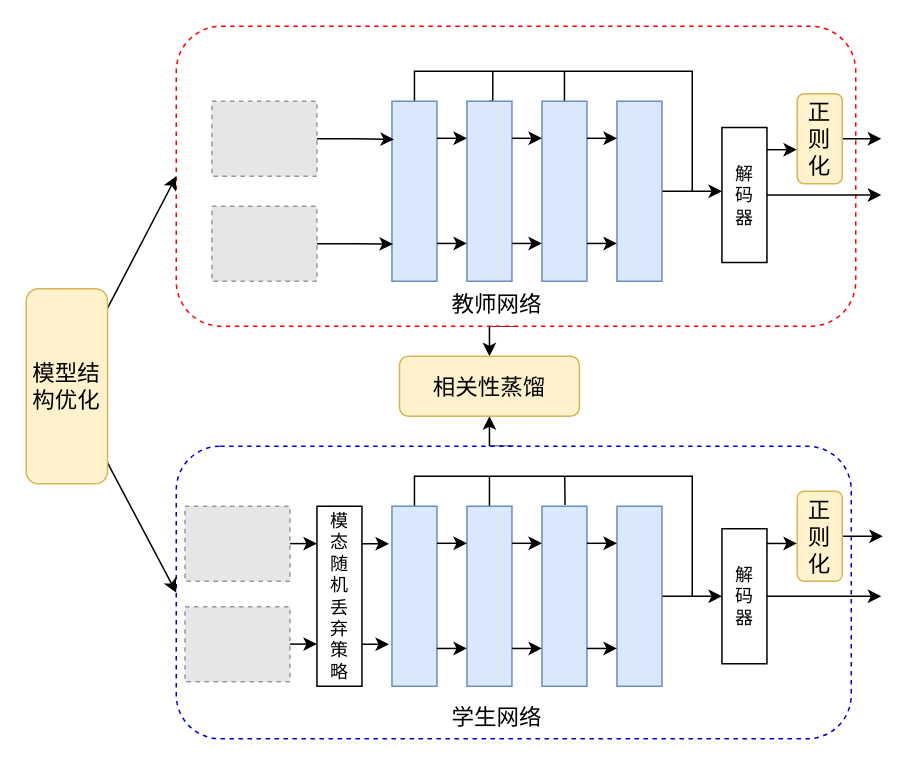
Above: 1-2主要内容.drawio in Losh-shi/graduate_map (draw.io), before the change. Source tidied: cells renumbered, new cells numbered last; positions are measured from the earlier drawing's top-left corner, leaving out a move shared by most shapes. Both pictures are drawn from the tidied source at 150%, with x=0, y=0 at pixel (26, 26). Pictures stored in the file or linked from it are replaced by grey dashed boxes.
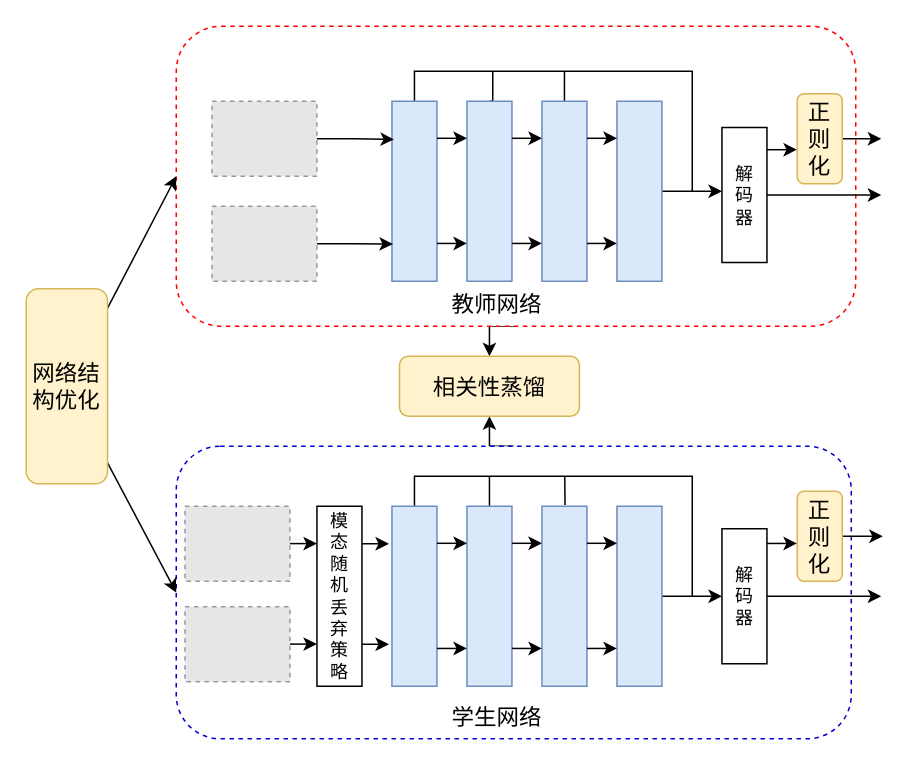
Above is the later version.

Commit message (it also covers changes not shown here):
更新1-2主要内容.drawio

Change to the diagram source:
```diff
@@
-    <mxCell id="51" value="&lt;span style=&quot;font-family: 宋体; font-size: 15px;&quot;&gt;模型结构优化&lt;/span&gt;" style="rounded=1;whiteSpace=wrap;html=1;fillColor=#fff2cc;strokeColor=#d6b656;" parent="1" vertex="1">
+    <mxCell id="51" value="&lt;span style=&quot;font-family: 宋体; font-size: 15px;&quot;&gt;网络结构优化&lt;/span&gt;" style="rounded=1;whiteSpace=wrap;html=1;fillColor=#fff2cc;strokeColor=#d6b656;" parent="1" vertex="1">
       <mxGeometry y="175" width="54.2" height="130" as="geometry" />
     </mxCell>
```
